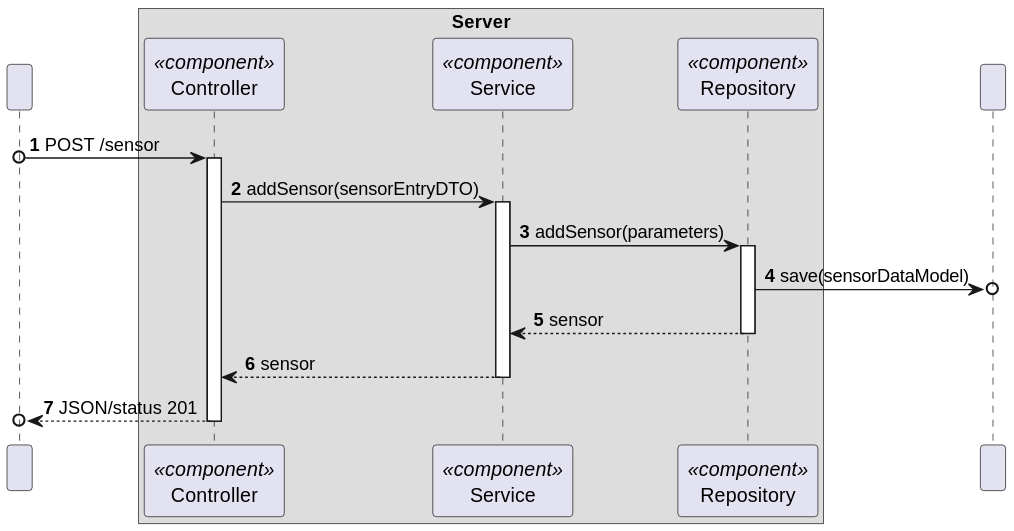
Before: docs/C4_4plus1_models/Level4/ProcessView/ProcessViewLevel4_UC07_v1.svg, a diagram exported from PlantUML (moutajDev/smarthome).
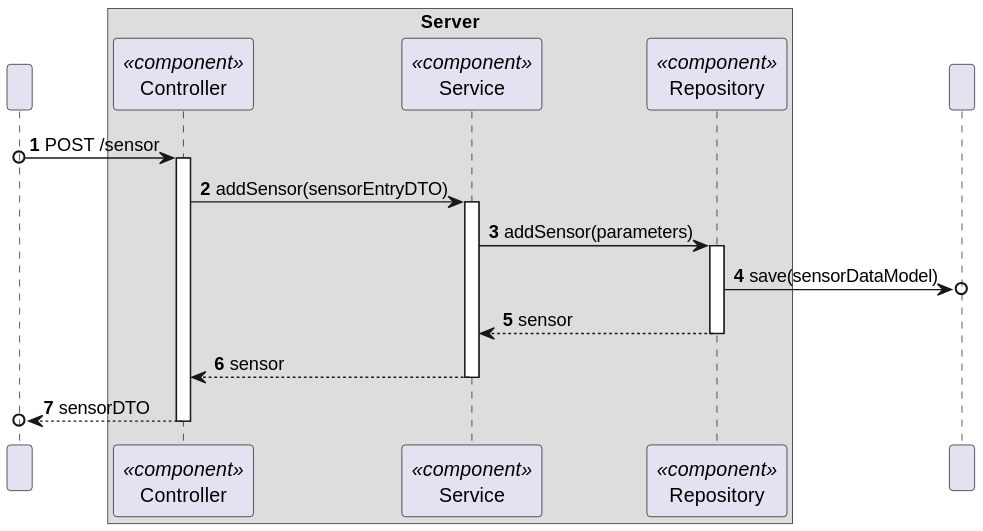
Later version of the same file.

Change to the diagram source:
```diff
@@ -31,6 +31,6 @@
 SV --> CTRL : sensor
 deactivate SV
 
-CTRL -->o HTTP : JSON/status 201
+CTRL -->o HTTP : sensorDTO
 deactivate CTRL
 @enduml
```
